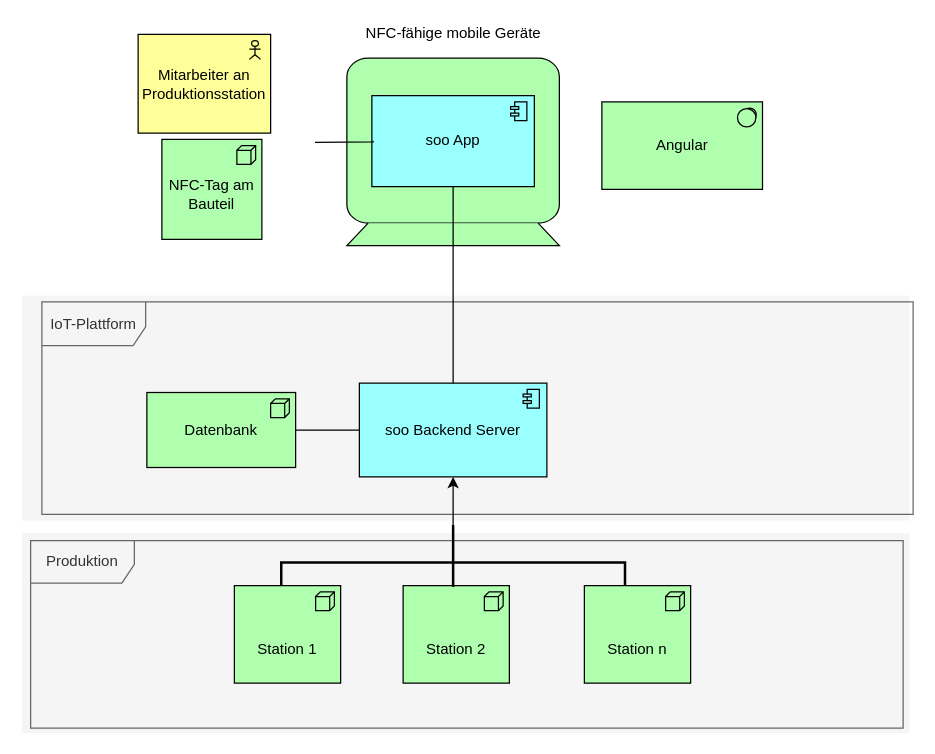
Before: page "Page-1" (1 of 4) of Architektur.drawio in ngock/AndroidFirestoreArchitectureComponents, a draw.io diagram. Source tidied: cells renumbered, new cells numbered last; positions are measured from the earlier drawing's top-left corner, leaving out a move shared by most shapes. Both pictures are drawn from the tidied source at 125%, with x=0, y=0 at pixel (21, 21).
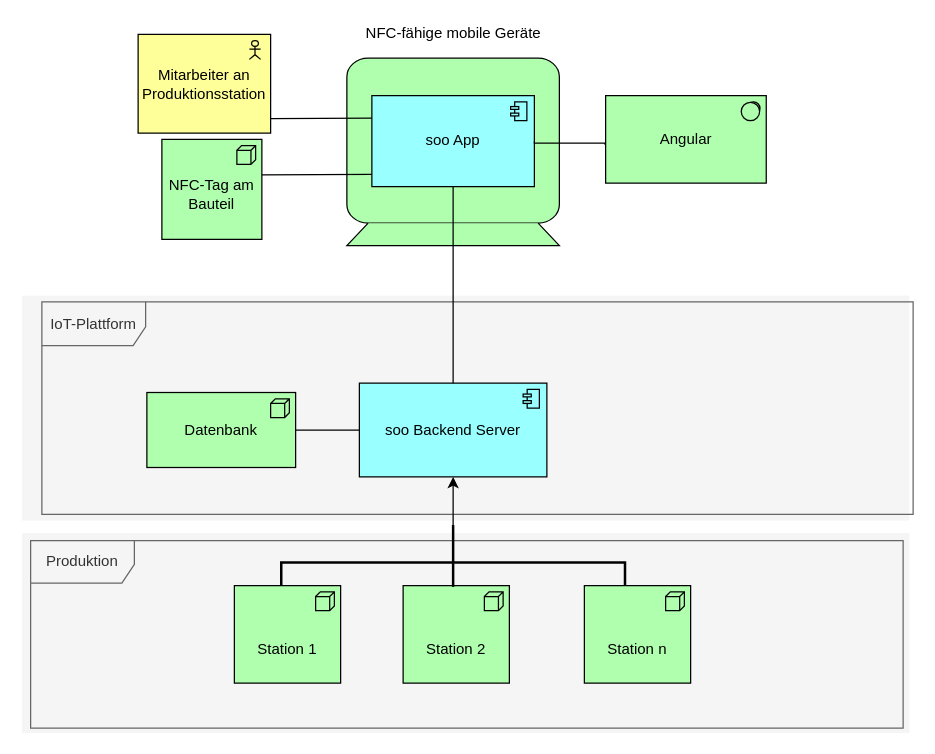
After the change.

Unchanged cells that the change refers to:
```xml
<mxCell id="7" value="soo App" style="html=1;outlineConnect=0;whiteSpace=wrap;fillColor=#99ffff;shape=mxgraph.archimate3.application;appType=comp;archiType=square;" parent="1" vertex="1">
  <mxGeometry x="280" y="59" width="130" height="72.8" as="geometry" />
</mxCell>
```

Change to the diagram source:
```diff
@@
     <mxCell id="20" value="Angular" style="html=1;whiteSpace=wrap;fillColor=#AFFFAF;shape=mxgraph.archimate3.application;appType=sysSw;archiType=square;" parent="1" vertex="1">
-      <mxGeometry x="464" y="64" width="128.5" height="70" as="geometry" />
+      <mxGeometry x="467" y="59" width="128.5" height="70" as="geometry" />
     </mxCell>
-    <mxCell id="21" style="edgeStyle=elbowEdgeStyle;html=1;endArrow=none;elbow=vertical;rounded=0;" parent="1" edge="1">
+    <mxCell id="21" style="edgeStyle=elbowEdgeStyle;html=1;endArrow=none;elbow=vertical;rounded=0;" parent="1" edge="1" target="7">
       <mxGeometry relative="1" as="geometry">
-        <mxPoint x="234.5" y="96.4" as="sourcePoint" />
-        <mxPoint x="281" y="95" as="targetPoint" />
+        <mxPoint x="192" y="122.4" as="sourcePoint" />
       </mxGeometry>
     </mxCell>
@@
+    <mxCell id="23" style="edgeStyle=elbowEdgeStyle;html=1;endArrow=none;elbow=vertical;rounded=0;exitX=1;exitY=0.5;exitDx=0;exitDy=0;exitPerimeter=0;" parent="1" edge="1" source="7">
+      <mxGeometry relative="1" as="geometry">
+        <mxPoint x="466.5" y="98.3" as="targetPoint" />
+      </mxGeometry>
+    </mxCell>
+    <mxCell id="24" style="edgeStyle=elbowEdgeStyle;html=1;endArrow=none;elbow=vertical;rounded=0;entryX=0;entryY=0.25;entryDx=0;entryDy=0;entryPerimeter=0;" parent="1" edge="1" target="7">
+      <mxGeometry relative="1" as="geometry">
+        <mxPoint x="199" y="77.4" as="sourcePoint" />
+      </mxGeometry>
+    </mxCell>
```
